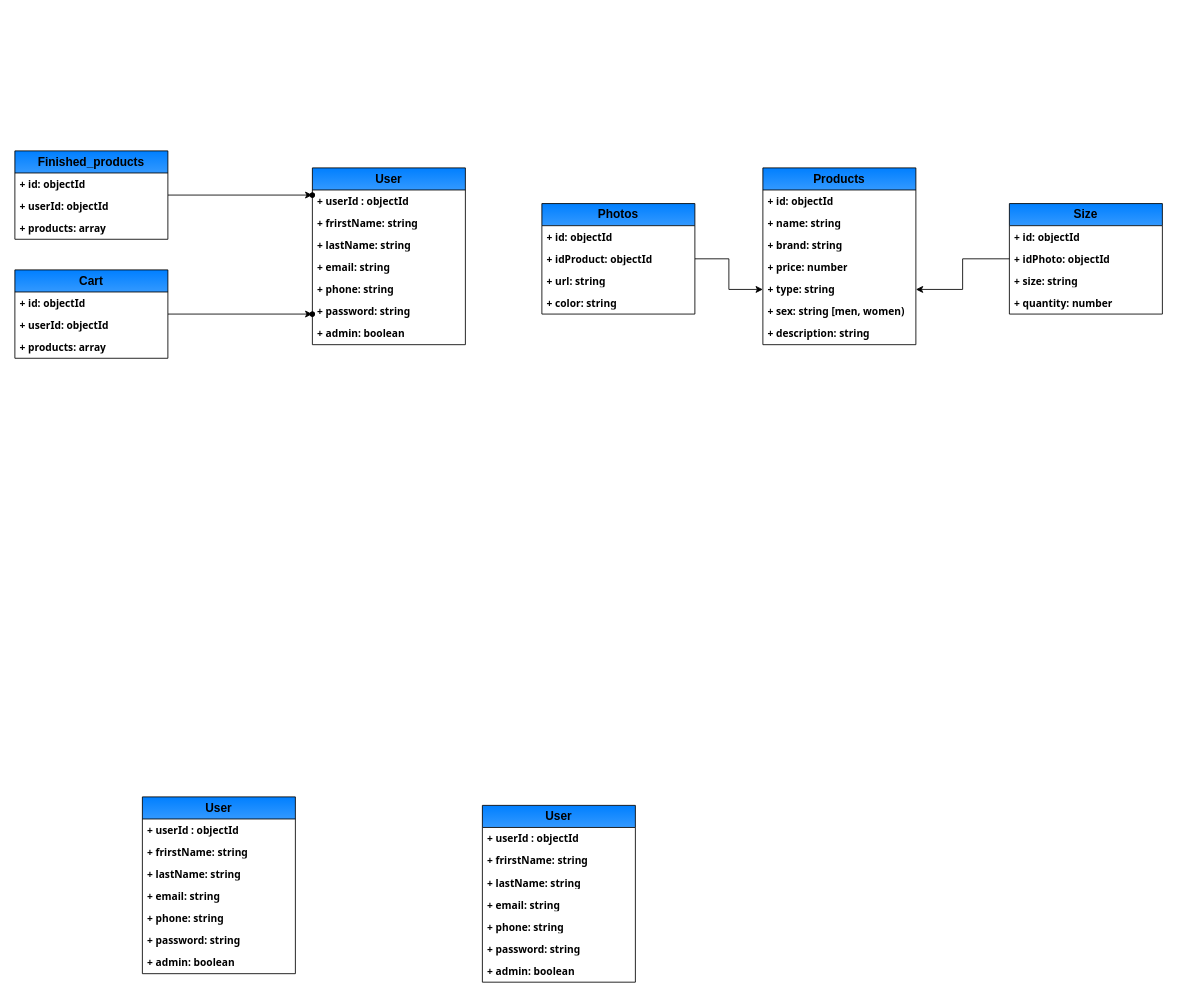
Earlier version of the draw.io diagram Biểu đồ không có tiêu đề.drawio (Baodt2911/FASCO). Source tidied: cells renumbered, new cells numbered last; positions are measured from the earlier drawing's top-left corner, leaving out a move shared by most shapes. Both pictures are drawn from the tidied source at 85%, with x=0, y=0 at pixel (14, 150).
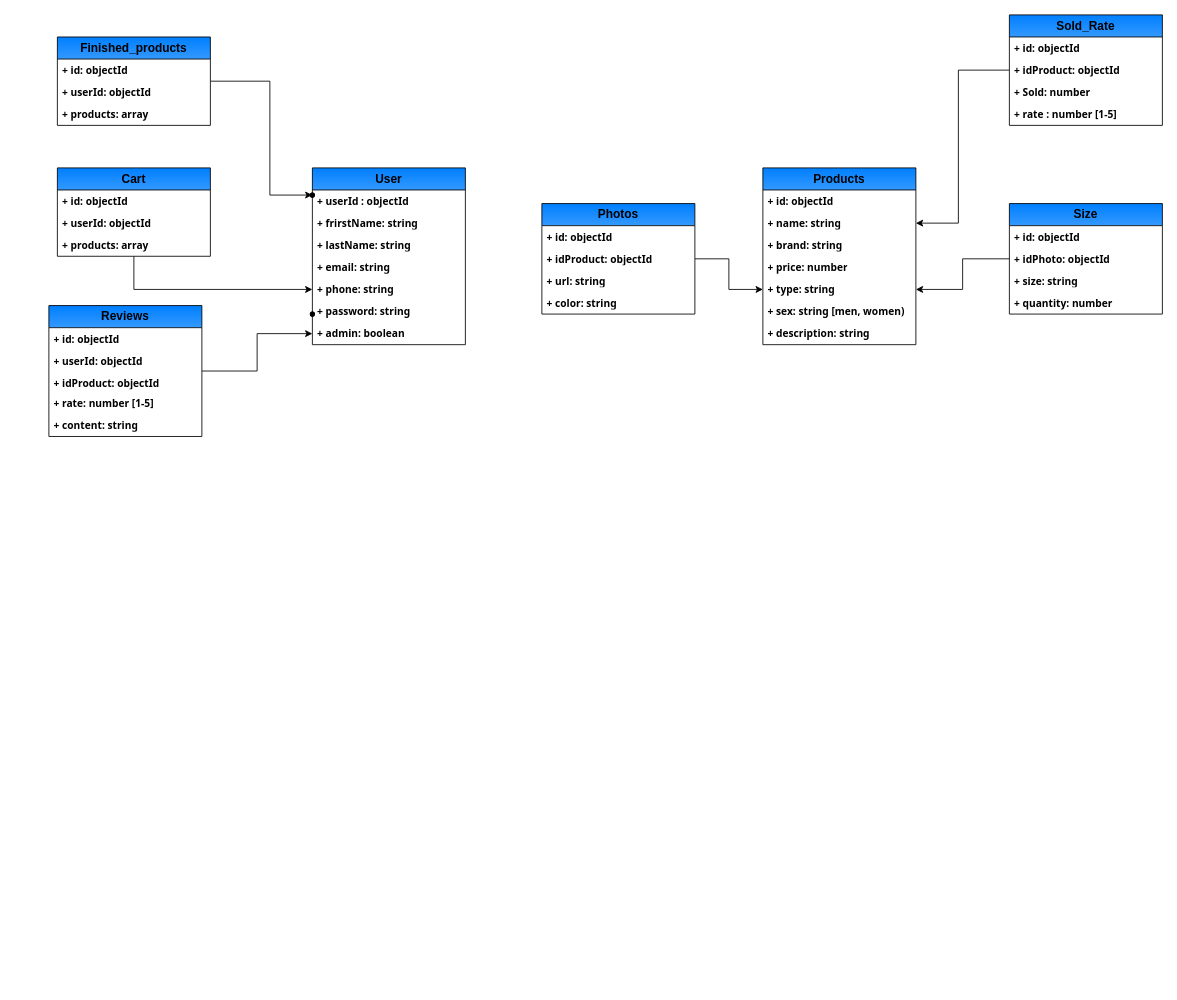
The same page after the edit.

Commit message:
Cập nhật Biểu đồ không có tiêu đề.drawio

Unchanged cells that the change refers to:
```xml
<mxCell id="7" value="+ phone: string" style="text;strokeColor=none;fillColor=none;align=left;verticalAlign=top;spacingLeft=4;spacingRight=4;overflow=hidden;points=[[0,0.5],[1,0.5]];portConstraint=eastwest;whiteSpace=wrap;html=1;fontFamily=Tahoma;fontStyle=1;" parent="2" vertex="1">
  <mxGeometry y="130" width="180" height="26" as="geometry" />
</mxCell>
<mxCell id="9" value="+ admin: boolean" style="text;strokeColor=none;fillColor=none;align=left;verticalAlign=top;spacingLeft=4;spacingRight=4;overflow=hidden;points=[[0,0.5],[1,0.5]];portConstraint=eastwest;whiteSpace=wrap;html=1;fontFamily=Tahoma;fontStyle=1;" parent="2" vertex="1">
  <mxGeometry y="182" width="180" height="26" as="geometry" />
</mxCell>
<mxCell id="22" value="+ name: string" style="text;strokeColor=none;fillColor=none;align=left;verticalAlign=top;spacingLeft=4;spacingRight=4;overflow=hidden;points=[[0,0.5],[1,0.5]];portConstraint=eastwest;whiteSpace=wrap;html=1;fontFamily=Tahoma;fontStyle=1;" parent="20" vertex="1">
  <mxGeometry y="52" width="180" height="26" as="geometry" />
</mxCell>
<mxCell id="46" style="shape=waypoint;sketch=0;size=6;points=[];fillColor=#007FFF;perimeter=centerPerimeter;snapToPoint=1;fontSize=14;fontStyle=1;startSize=26;rounded=0;glass=0;shadow=0;swimlaneFillColor=default;gradientColor=#3399FF;arcSize=50;" parent="1" vertex="1">
  <mxGeometry x="340" y="42" width="20" height="20" as="geometry" />
</mxCell>
<mxCell id="47" style="shape=waypoint;sketch=0;size=6;points=[];fillColor=#007FFF;perimeter=centerPerimeter;snapToPoint=1;fontSize=14;fontStyle=1;startSize=26;rounded=0;glass=0;shadow=0;swimlaneFillColor=default;gradientColor=#3399FF;arcSize=50;" parent="1" vertex="1">
  <mxGeometry x="340" y="182" width="20" height="20" as="geometry" />
</mxCell>
```

Change to the diagram source:
```diff
@@
     <mxCell id="10" style="edgeStyle=orthogonalEdgeStyle;rounded=0;jettySize=auto;html=1;fontFamily=Helvetica;fontSize=14;fontColor=default;fontStyle=1;" parent="1" edge="1" source="11" target="46">
-      <mxGeometry relative="1" as="geometry" />
+      <mxGeometry relative="1" as="geometry">
+        <Array as="points">
+          <mxPoint x="300" y="-82" />
+          <mxPoint x="300" y="52" />
+        </Array>
+      </mxGeometry>
     </mxCell>
     <mxCell id="11" value="Finished_products" style="swimlane;fontStyle=1;horizontal=1;startSize=26;fillColor=#007FFF;whiteSpace=wrap;html=1;rounded=0;glass=0;shadow=0;swimlaneFillColor=default;gradientColor=#3399FF;fontSize=14;arcSize=50;" parent="1" vertex="1">
-      <mxGeometry width="180" height="104" as="geometry" />
+      <mxGeometry x="50" y="-134" width="180" height="104" as="geometry" />
     </mxCell>
@@
-    <mxCell id="15" style="edgeStyle=orthogonalEdgeStyle;rounded=0;jettySize=auto;html=1;fontFamily=Helvetica;fontSize=14;fontColor=default;fontStyle=1;" parent="1" edge="1" source="16" target="47">
-      <mxGeometry relative="1" as="geometry" />
-    </mxCell>
+    <mxCell id="60" style="edgeStyle=orthogonalEdgeStyle;rounded=0;jettySize=auto;html=1;fontFamily=Helvetica;fontSize=14;fontColor=default;fontStyle=1;" parent="1" edge="1" source="16" target="7">
+      <mxGeometry relative="1" as="geometry" />
+    </mxCell>
     <mxCell id="16" value="Cart" style="swimlane;fontStyle=1;horizontal=1;startSize=26;fillColor=#007FFF;whiteSpace=wrap;html=1;rounded=0;glass=0;shadow=0;swimlaneFillColor=default;gradientColor=#3399FF;fontSize=14;arcSize=50;" parent="1" vertex="1">
-      <mxGeometry y="140" width="180" height="104" as="geometry" />
+      <mxGeometry x="50" y="20" width="180" height="104" as="geometry" />
     </mxCell>
@@
-    <mxCell id="28" value="User" style="swimlane;fontStyle=1;horizontal=1;startSize=26;fillColor=#007FFF;whiteSpace=wrap;html=1;rounded=0;glass=0;shadow=0;swimlaneFillColor=default;gradientColor=#3399FF;fontSize=14;arcSize=50;" parent="1" vertex="1">
-      <mxGeometry x="550" y="770" width="180" height="208" as="geometry" />
-    </mxCell>
-    <mxCell id="29" value="+ userId : objectId" style="text;strokeColor=none;fillColor=none;align=left;verticalAlign=top;spacingLeft=4;spacingRight=4;overflow=hidden;whiteSpace=wrap;html=1;fontSize=12;fontStyle=1;fontFamily=Tahoma;" parent="28" vertex="1">
-      <mxGeometry y="26" width="180" height="26" as="geometry" />
-    </mxCell>
-    <mxCell id="30" value="+ frirstName: string" style="text;strokeColor=none;fillColor=none;align=left;verticalAlign=top;spacingLeft=4;spacingRight=4;overflow=hidden;whiteSpace=wrap;html=1;fontFamily=Tahoma;fontStyle=1;" parent="28" vertex="1">
-      <mxGeometry y="52" width="180" height="26" as="geometry" />
-    </mxCell>
-    <mxCell id="31" value="+ lastName: string" style="text;strokeColor=none;fillColor=none;align=left;verticalAlign=top;spacingLeft=4;spacingRight=4;overflow=hidden;whiteSpace=wrap;html=1;fontFamily=Tahoma;fontStyle=1;" parent="28" vertex="1">
-      <mxGeometry y="78" width="180" height="26" as="geometry" />
-    </mxCell>
-    <mxCell id="32" value="+ email: string" style="text;strokeColor=none;fillColor=none;align=left;verticalAlign=top;spacingLeft=4;spacingRight=4;overflow=hidden;whiteSpace=wrap;html=1;fontFamily=Tahoma;fontStyle=1;" parent="28" vertex="1">
-      <mxGeometry y="104" width="180" height="26" as="geometry" />
-    </mxCell>
-    <mxCell id="33" value="+ phone: string" style="text;strokeColor=none;fillColor=none;align=left;verticalAlign=top;spacingLeft=4;spacingRight=4;overflow=hidden;whiteSpace=wrap;html=1;fontFamily=Tahoma;fontStyle=1;" parent="28" vertex="1">
-      <mxGeometry y="130" width="180" height="26" as="geometry" />
-    </mxCell>
-    <mxCell id="34" value="+ password: string" style="text;strokeColor=none;fillColor=none;align=left;verticalAlign=top;spacingLeft=4;spacingRight=4;overflow=hidden;whiteSpace=wrap;html=1;fontFamily=Tahoma;fontStyle=1;" parent="28" vertex="1">
-      <mxGeometry y="156" width="180" height="26" as="geometry" />
-    </mxCell>
-    <mxCell id="35" value="+ admin: boolean" style="text;strokeColor=none;fillColor=none;align=left;verticalAlign=top;spacingLeft=4;spacingRight=4;overflow=hidden;whiteSpace=wrap;html=1;fontFamily=Tahoma;fontStyle=1;" parent="28" vertex="1">
-      <mxGeometry y="182" width="180" height="26" as="geometry" />
-    </mxCell>
+    <mxCell id="61" style="edgeStyle=orthogonalEdgeStyle;rounded=0;jettySize=auto;html=1;fontFamily=Helvetica;fontSize=14;fontColor=default;fontStyle=1;" parent="1" edge="1" source="36" target="9">
+      <mxGeometry relative="1" as="geometry" />
+    </mxCell>
-    <mxCell id="36" value="User" style="swimlane;fontStyle=1;horizontal=1;startSize=26;fillColor=#007FFF;whiteSpace=wrap;html=1;rounded=0;glass=0;shadow=0;swimlaneFillColor=default;gradientColor=#3399FF;fontSize=14;arcSize=50;" parent="1" vertex="1">
-      <mxGeometry x="150" y="760" width="180" height="208" as="geometry" />
+    <mxCell id="36" value="Reviews" style="swimlane;fontStyle=1;horizontal=1;startSize=26;fillColor=#007FFF;whiteSpace=wrap;html=1;rounded=0;glass=0;shadow=0;swimlaneFillColor=default;gradientColor=#3399FF;fontSize=14;arcSize=50;" parent="1" vertex="1">
+      <mxGeometry x="40" y="182" width="180" height="154" as="geometry" />
     </mxCell>
-    <mxCell id="37" value="+ userId : objectId" style="text;strokeColor=none;fillColor=none;align=left;verticalAlign=top;spacingLeft=4;spacingRight=4;overflow=hidden;whiteSpace=wrap;html=1;fontSize=12;fontStyle=1;fontFamily=Tahoma;" parent="36" vertex="1">
+    <mxCell id="37" value="+ id: objectId" style="text;strokeColor=none;fillColor=none;align=left;verticalAlign=top;spacingLeft=4;spacingRight=4;overflow=hidden;whiteSpace=wrap;html=1;fontSize=12;fontStyle=1;fontFamily=Tahoma;" parent="36" vertex="1">
       <mxGeometry y="26" width="180" height="26" as="geometry" />
     </mxCell>
-    <mxCell id="38" value="+ frirstName: string" style="text;strokeColor=none;fillColor=none;align=left;verticalAlign=top;spacingLeft=4;spacingRight=4;overflow=hidden;whiteSpace=wrap;html=1;fontFamily=Tahoma;fontStyle=1;" parent="36" vertex="1">
+    <mxCell id="38" value="+ userId: objectId" style="text;strokeColor=none;fillColor=none;align=left;verticalAlign=top;spacingLeft=4;spacingRight=4;overflow=hidden;whiteSpace=wrap;html=1;fontFamily=Tahoma;fontStyle=1;" parent="36" vertex="1">
       <mxGeometry y="52" width="180" height="26" as="geometry" />
     </mxCell>
-    <mxCell id="39" value="+ lastName: string" style="text;strokeColor=none;fillColor=none;align=left;verticalAlign=top;spacingLeft=4;spacingRight=4;overflow=hidden;whiteSpace=wrap;html=1;fontFamily=Tahoma;fontStyle=1;" parent="36" vertex="1">
-      <mxGeometry y="78" width="180" height="26" as="geometry" />
+    <mxCell id="39" value="+ idProduct: objectId" style="text;strokeColor=none;fillColor=none;align=left;verticalAlign=top;spacingLeft=4;spacingRight=4;overflow=hidden;whiteSpace=wrap;html=1;fontFamily=Tahoma;fontStyle=1;" parent="36" vertex="1">
+      <mxGeometry y="78" width="180" height="24" as="geometry" />
     </mxCell>
-    <mxCell id="40" value="+ email: string" style="text;strokeColor=none;fillColor=none;align=left;verticalAlign=top;spacingLeft=4;spacingRight=4;overflow=hidden;whiteSpace=wrap;html=1;fontFamily=Tahoma;fontStyle=1;" parent="36" vertex="1">
-      <mxGeometry y="104" width="180" height="26" as="geometry" />
+    <mxCell id="40" value="+ rate: number [1-5]" style="text;strokeColor=none;fillColor=none;align=left;verticalAlign=top;spacingLeft=4;spacingRight=4;overflow=hidden;whiteSpace=wrap;html=1;fontFamily=Tahoma;fontStyle=1;" parent="36" vertex="1">
+      <mxGeometry y="102" width="180" height="26" as="geometry" />
     </mxCell>
-    <mxCell id="41" value="+ phone: string" style="text;strokeColor=none;fillColor=none;align=left;verticalAlign=top;spacingLeft=4;spacingRight=4;overflow=hidden;whiteSpace=wrap;html=1;fontFamily=Tahoma;fontStyle=1;" parent="36" vertex="1">
-      <mxGeometry y="130" width="180" height="26" as="geometry" />
+    <mxCell id="41" value="+ content: string" style="text;strokeColor=none;fillColor=none;align=left;verticalAlign=top;spacingLeft=4;spacingRight=4;overflow=hidden;whiteSpace=wrap;html=1;fontFamily=Tahoma;fontStyle=1;" parent="36" vertex="1">
+      <mxGeometry y="128" width="180" height="26" as="geometry" />
     </mxCell>
-    <mxCell id="42" value="+ password: string" style="text;strokeColor=none;fillColor=none;align=left;verticalAlign=top;spacingLeft=4;spacingRight=4;overflow=hidden;whiteSpace=wrap;html=1;fontFamily=Tahoma;fontStyle=1;" parent="36" vertex="1">
-      <mxGeometry y="156" width="180" height="26" as="geometry" />
-    </mxCell>
-    <mxCell id="43" value="+ admin: boolean" style="text;strokeColor=none;fillColor=none;align=left;verticalAlign=top;spacingLeft=4;spacingRight=4;overflow=hidden;whiteSpace=wrap;html=1;fontFamily=Tahoma;fontStyle=1;" parent="36" vertex="1">
-      <mxGeometry y="182" width="180" height="26" as="geometry" />
-    </mxCell>
@@
+    <mxCell id="62" style="edgeStyle=orthogonalEdgeStyle;rounded=0;jettySize=auto;html=1;fontFamily=Helvetica;fontSize=14;fontColor=default;fontStyle=1;" parent="1" edge="1" source="63" target="22">
+      <mxGeometry relative="1" as="geometry">
+        <Array as="points">
+          <mxPoint x="1110" y="-95" />
+          <mxPoint x="1110" y="85" />
+        </Array>
+      </mxGeometry>
+    </mxCell>
+    <mxCell id="63" value="Sold_Rate" style="swimlane;fontStyle=1;horizontal=1;startSize=26;fillColor=#007FFF;whiteSpace=wrap;html=1;rounded=0;glass=0;shadow=0;swimlaneFillColor=default;gradientColor=#3399FF;fontSize=14;arcSize=50;" parent="1" vertex="1">
+      <mxGeometry x="1170" y="-160" width="180" height="130" as="geometry" />
+    </mxCell>
+    <mxCell id="64" value="+ id: objectId" style="text;strokeColor=none;fillColor=none;align=left;verticalAlign=top;spacingLeft=4;spacingRight=4;overflow=hidden;whiteSpace=wrap;html=1;fontSize=12;fontStyle=1;fontFamily=Tahoma;" parent="63" vertex="1">
+      <mxGeometry y="26" width="180" height="26" as="geometry" />
+    </mxCell>
+    <mxCell id="65" value="+ idProduct: objectId" style="text;strokeColor=none;fillColor=none;align=left;verticalAlign=top;spacingLeft=4;spacingRight=4;overflow=hidden;whiteSpace=wrap;html=1;fontFamily=Tahoma;fontStyle=1;" parent="63" vertex="1">
+      <mxGeometry y="52" width="180" height="26" as="geometry" />
+    </mxCell>
+    <mxCell id="66" value="+ Sold: number" style="text;strokeColor=none;fillColor=none;align=left;verticalAlign=top;spacingLeft=4;spacingRight=4;overflow=hidden;whiteSpace=wrap;html=1;fontFamily=Tahoma;fontStyle=1;" parent="63" vertex="1">
+      <mxGeometry y="78" width="180" height="26" as="geometry" />
+    </mxCell>
+    <mxCell id="67" value="+ rate : number [1-5]" style="text;strokeColor=none;fillColor=none;align=left;verticalAlign=top;spacingLeft=4;spacingRight=4;overflow=hidden;whiteSpace=wrap;html=1;fontFamily=Tahoma;fontStyle=1;" parent="63" vertex="1">
+      <mxGeometry y="104" width="180" height="26" as="geometry" />
+    </mxCell>
```
